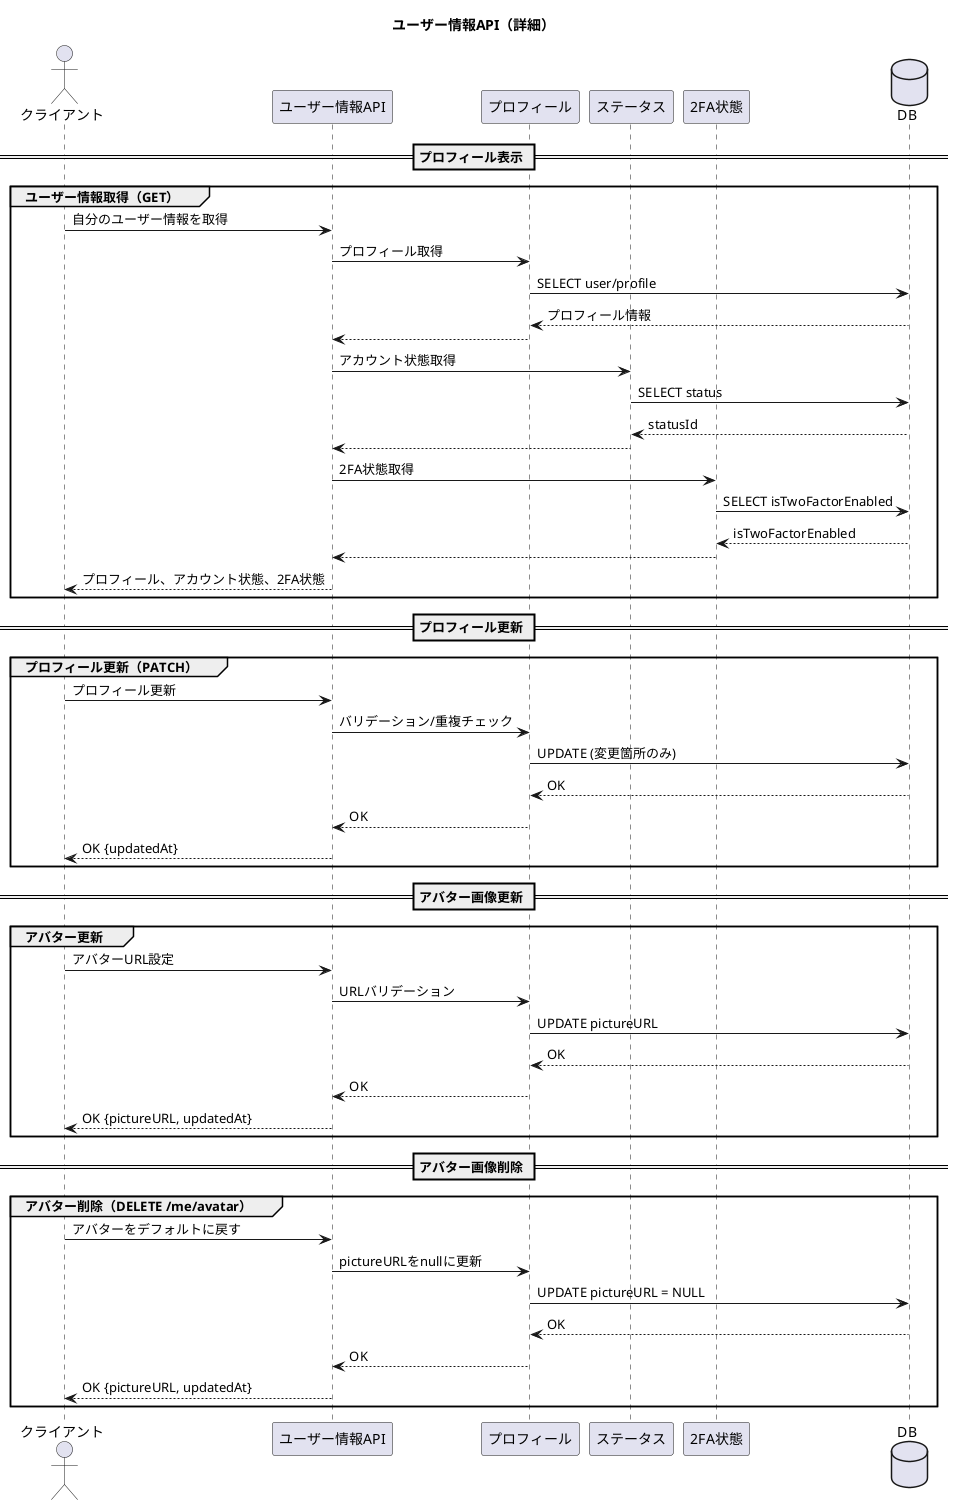
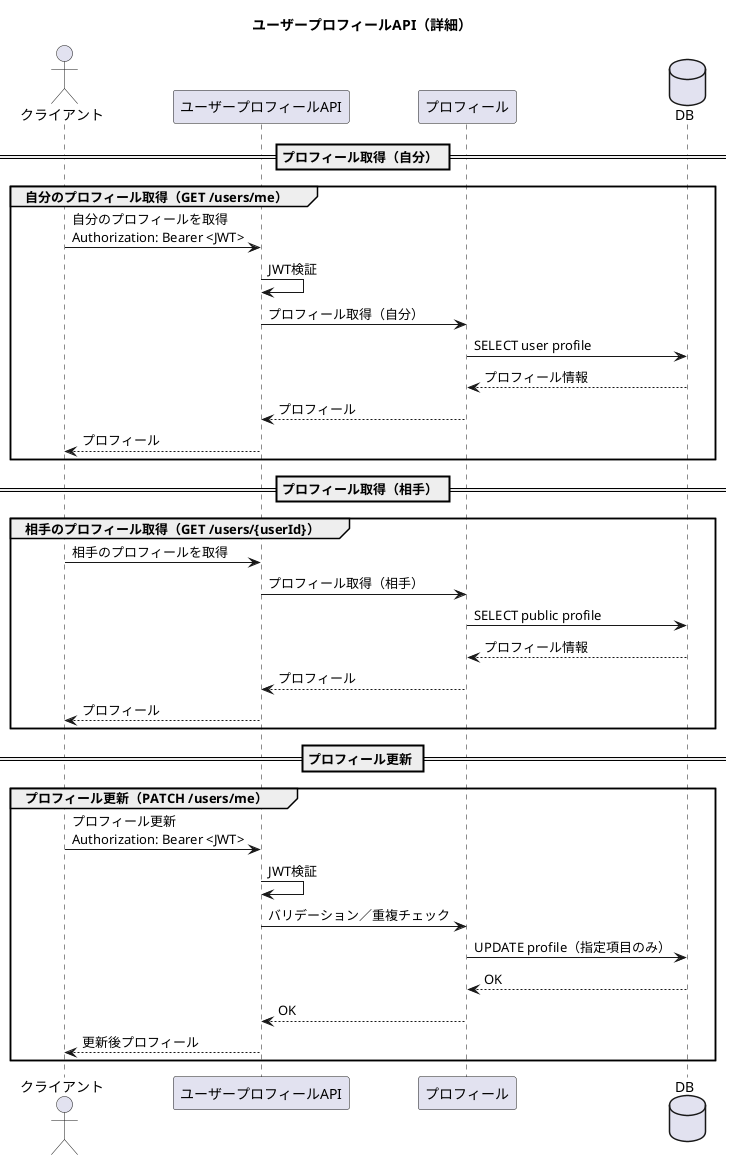
@startuml
- title ユーザー情報API（詳細）
+ title ユーザープロフィールAPI（詳細）

actor       クライアント as client
- participant "ユーザー情報API" as user_info_api
+ participant "ユーザープロフィールAPI" as user_api
participant "プロフィール" as profile
- participant "ステータス" as status
- participant "2FA状態" as twofacter
database    "DB" as db

- == プロフィール表示 ==
- group ユーザー情報取得（GET）
-   client -> user_info_api: 自分のユーザー情報を取得
-     user_info_api ->  profile: プロフィール取得
-       profile ->  db: SELECT user/profile
+ == プロフィール取得（自分） ==
+ group 自分のプロフィール取得（GET /users/me）
+   client -> user_api: 自分のプロフィールを取得\nAuthorization: Bearer <JWT>
+     user_api -> user_api: JWT検証
+     user_api -> profile: プロフィール取得（自分）
+       profile -> db: SELECT user profile
      profile <-- db: プロフィール情報
-     user_info_api <-- profile:
+     user_api <-- profile: プロフィール
+   client <-- user_api: プロフィール
+ end group

-     user_info_api -> status: アカウント状態取得
-       status ->  db: SELECT status
-       status <-- db: statusId
-     user_info_api <-- status:
- 
-     user_info_api -> twofacter: 2FA状態取得
-       twofacter ->  db: SELECT isTwoFactorEnabled
-       twofacter <-- db: isTwoFactorEnabled
-     user_info_api <-- twofacter:
- 
-   client <-- user_info_api: プロフィール、アカウント状態、2FA状態
+ == プロフィール取得（相手） ==
+ group 相手のプロフィール取得（GET /users/{userId}）
+   client -> user_api: 相手のプロフィールを取得
+     user_api -> profile: プロフィール取得（相手）
+       profile -> db: SELECT public profile
+       profile <-- db: プロフィール情報
+     user_api <-- profile: プロフィール
+   client <-- user_api: プロフィール
end group

== プロフィール更新 ==
- group プロフィール更新（PATCH）
-   client -> user_info_api: プロフィール更新
-     user_info_api -> profile: バリデーション/重複チェック
-       profile ->  db: UPDATE (変更箇所のみ)
+ group プロフィール更新（PATCH /users/me）
+   client -> user_api: プロフィール更新\nAuthorization: Bearer <JWT>
+     user_api -> user_api: JWT検証
+     user_api -> profile: バリデーション／重複チェック
+       profile -> db: UPDATE profile（指定項目のみ）
      profile <-- db: OK
-     user_info_api <-- profile: OK
-   client <-- user_info_api: OK {updatedAt}
- end group
- 
- == アバター画像更新 ==
- group アバター更新
-   client -> user_info_api: アバターURL設定
-     user_info_api -> profile: URLバリデーション
-       profile ->  db: UPDATE pictureURL
-       profile <-- db: OK
-     user_info_api <-- profile: OK
-   client <-- user_info_api: OK {pictureURL, updatedAt}
- end group
- 
- == アバター画像削除 ==
- group アバター削除（DELETE /me/avatar）
-   client -> user_info_api: アバターをデフォルトに戻す
-     user_info_api -> profile: pictureURLをnullに更新
-       profile ->  db: UPDATE pictureURL = NULL
-       profile <-- db: OK
-     user_info_api <-- profile: OK
-   client <-- user_info_api: OK {pictureURL, updatedAt}
+     user_api <-- profile: OK
+   client <-- user_api: 更新後プロフィール
end group

@enduml
